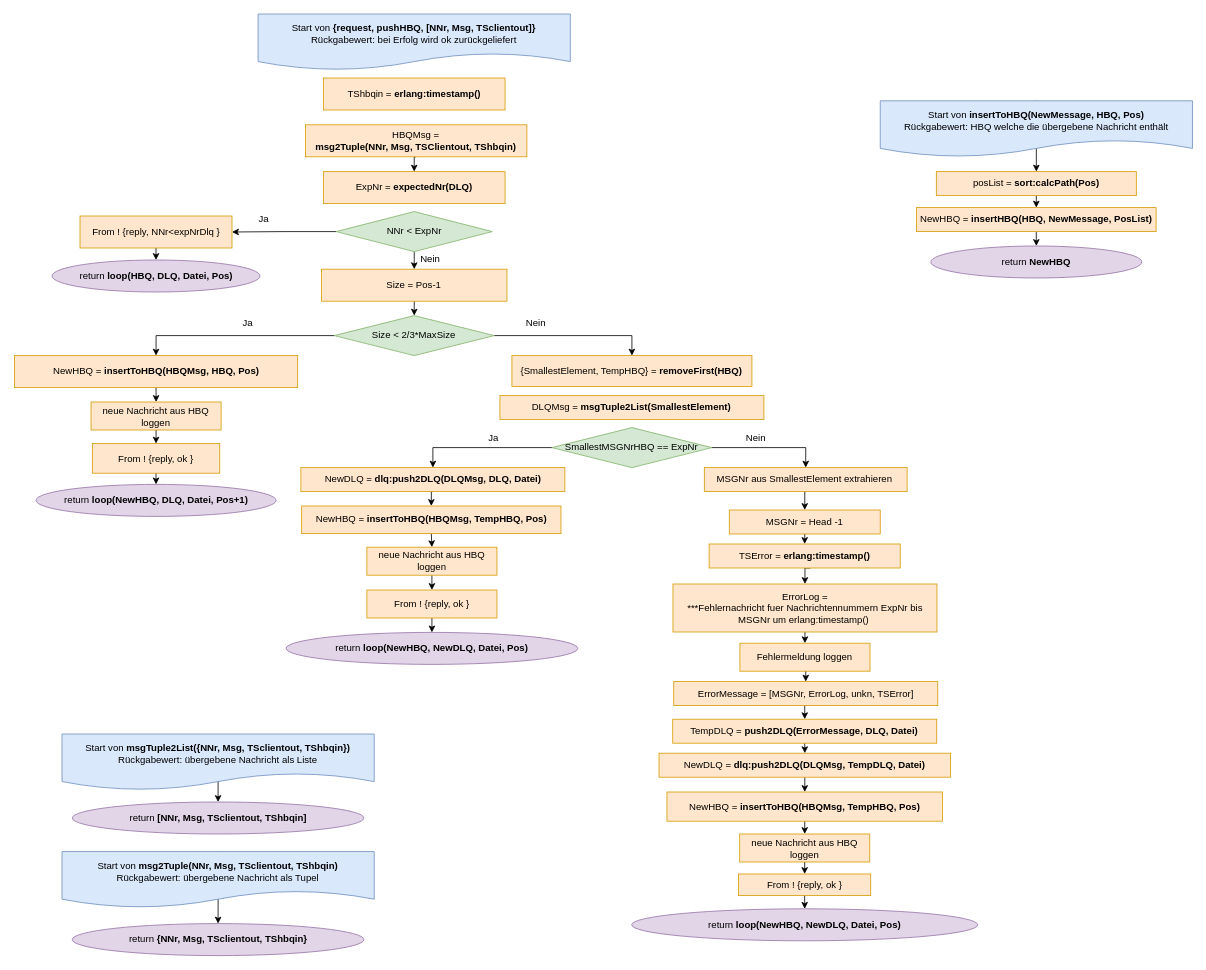
Earlier version of the draw.io diagram Grafiken:Bilder/draw.io/HBQ/2. pushHBQ.drawio (krisschaaf/Hausarbeit_Erlang_Queues). Source tidied: cells renumbered, new cells numbered last; positions are measured from the earlier drawing's top-left corner, leaving out a move shared by most shapes. Both pictures are drawn from the tidied source at 80%, with x=0, y=0 at pixel (14, 14).
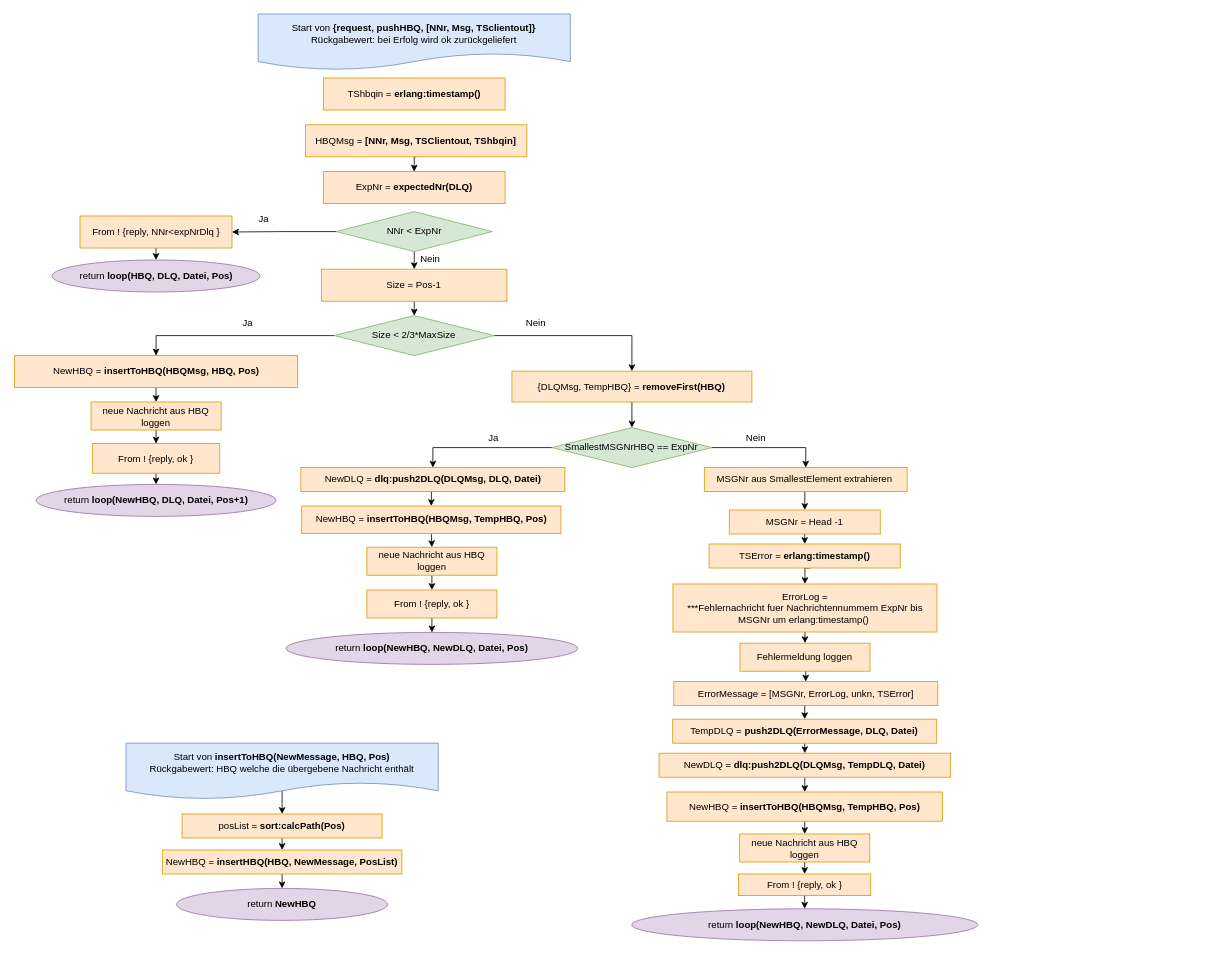
The same page after the edit.

The change refers to these unchanged cells:
```xml
<mxCell id="15" value="&lt;span style=&quot;font-weight: normal&quot;&gt;SmallestMSGNrHBQ == ExpNr&lt;/span&gt;" style="rhombus;whiteSpace=wrap;html=1;rounded=0;fillColor=#d5e8d4;strokeColor=#82b366;fontStyle=1;" parent="1" vertex="1">
  <mxGeometry x="672.4" y="517" width="200" height="50" as="geometry" />
</mxCell>
```

The edit, as a diff of the source:
```diff
@@
     <mxCell id="6" style="edgeStyle=orthogonalEdgeStyle;rounded=0;jettySize=auto;html=1;exitX=0.5;exitY=0;exitDx=0;exitDy=0;entryX=0.5;entryY=0;entryDx=0;entryDy=0;" parent="1" edge="1" source="7" target="37">
       <mxGeometry relative="1" as="geometry">
         <Array as="points">
-          <mxPoint x="1277.8" y="126" />
-          <mxPoint x="1277.8" y="126" />
+          <mxPoint x="335" y="929" />
+          <mxPoint x="335" y="929" />
         </Array>
       </mxGeometry>
     </mxCell>
     <mxCell id="7" value="Start von &lt;b&gt;insertToHBQ(NewMessage, HBQ, Pos)&lt;/b&gt;&lt;br&gt;Rückgabewert: HBQ welche die übergebene Nachricht enthält" style="shape=document;whiteSpace=wrap;html=1;boundedLbl=1;fillColor=#dae8fc;strokeColor=#6c8ebf;" parent="1" vertex="1">
-      <mxGeometry x="1082.8" y="108.5" width="390.3" height="70" as="geometry" />
+      <mxGeometry x="140" y="911.5" width="390.3" height="70" as="geometry" />
     </mxCell>
@@
+    <mxCell id="81" style="edgeStyle=orthogonalEdgeStyle;rounded=0;jettySize=auto;html=1;exitX=0.5;exitY=1;exitDx=0;exitDy=0;entryX=0.5;entryY=0;entryDx=0;entryDy=0;" parent="1" edge="1" source="19" target="15">
+      <mxGeometry relative="1" as="geometry" />
+    </mxCell>
-    <mxCell id="19" value="{SmallestElement, TempHBQ} = &lt;b&gt;removeFirst(HBQ)&lt;/b&gt;" style="rounded=0;whiteSpace=wrap;html=1;fillColor=#ffe6cc;strokeColor=#d79b00;" parent="1" vertex="1">
-      <mxGeometry x="622.4" y="427" width="300" height="38.5" as="geometry" />
+    <mxCell id="19" value="{DLQMsg, TempHBQ} = &lt;b&gt;removeFirst(HBQ)&lt;/b&gt;" style="rounded=0;whiteSpace=wrap;html=1;fillColor=#ffe6cc;strokeColor=#d79b00;" parent="1" vertex="1">
+      <mxGeometry x="622.4" y="446.5" width="300" height="38.5" as="geometry" />
     </mxCell>
@@
     <mxCell id="37" value="posList = &lt;b&gt;sort:calcPath(Pos)&lt;/b&gt;" style="rounded=0;whiteSpace=wrap;html=1;fillColor=#ffe6cc;strokeColor=#d79b00;" parent="1" vertex="1">
-      <mxGeometry x="1152.9" y="197" width="250" height="30" as="geometry" />
+      <mxGeometry x="210.1" y="1000" width="250" height="30" as="geometry" />
     </mxCell>
@@
     <mxCell id="39" value="NewHBQ = &lt;b&gt;insertHBQ(HBQ, NewMessage, PosList)&lt;/b&gt;" style="rounded=0;whiteSpace=wrap;html=1;fillColor=#ffe6cc;strokeColor=#d79b00;" parent="1" vertex="1">
-      <mxGeometry x="1128.1" y="242" width="299.5" height="30" as="geometry" />
+      <mxGeometry x="185.4" y="1045" width="299.5" height="30" as="geometry" />
     </mxCell>
@@
     <mxCell id="46" value="return &lt;b&gt;NewHBQ&lt;/b&gt;" style="ellipse;whiteSpace=wrap;html=1;rounded=0;fillColor=#e1d5e7;strokeColor=#9673a6;" parent="1" vertex="1">
-      <mxGeometry x="1146" y="290" width="263.8" height="40" as="geometry" />
+      <mxGeometry x="203.2" y="1093" width="263.8" height="40" as="geometry" />
     </mxCell>
@@
-    <mxCell id="71" style="edgeStyle=orthogonalEdgeStyle;rounded=0;jettySize=auto;html=1;exitX=0.5;exitY=0;exitDx=0;exitDy=0;entryX=0.5;entryY=0;entryDx=0;entryDy=0;" parent="1" edge="1" source="72" target="73">
-      <mxGeometry relative="1" as="geometry">
-        <Array as="points">
-          <mxPoint x="255.5" y="1067" />
-          <mxPoint x="255.5" y="1067" />
-        </Array>
-      </mxGeometry>
-    </mxCell>
-    <mxCell id="72" value="Start von &lt;b&gt;msg2Tuple(NNr, Msg, TSclientout, TShbqin)&lt;/b&gt;&lt;br&gt;Rückgabewert: übergebene Nachricht als Tupel" style="shape=document;whiteSpace=wrap;html=1;boundedLbl=1;fillColor=#dae8fc;strokeColor=#6c8ebf;" parent="1" vertex="1">
-      <mxGeometry x="60" y="1047" width="390.3" height="70" as="geometry" />
-    </mxCell>
-    <mxCell id="73" value="return &lt;b&gt;{NNr, Msg, TSclientout, TShbqin}&lt;/b&gt;" style="ellipse;whiteSpace=wrap;html=1;rounded=0;fillColor=#e1d5e7;strokeColor=#9673a6;" parent="1" vertex="1">
-      <mxGeometry x="72.8" y="1137" width="364.6" height="40" as="geometry" />
-    </mxCell>
@@
-    <mxCell id="75" value="HBQMsg = &lt;br&gt;&lt;b&gt;msg2Tuple(NNr, Msg, TSClientout, TShbqin)&lt;/b&gt;" style="rounded=0;whiteSpace=wrap;html=1;fillColor=#ffe6cc;strokeColor=#d79b00;" parent="1" vertex="1">
+    <mxCell id="75" value="HBQMsg = &lt;b&gt;[NNr, Msg, TSClientout, TShbqin]&lt;/b&gt;" style="rounded=0;whiteSpace=wrap;html=1;fillColor=#ffe6cc;strokeColor=#d79b00;" parent="1" vertex="1">
       <mxGeometry x="364.3" y="138.5" width="276.8" height="40" as="geometry" />
     </mxCell>
@@
-    <mxCell id="77" value="DLQMsg = &lt;b&gt;msgTuple2List(SmallestElement)&lt;/b&gt;" style="rounded=0;whiteSpace=wrap;html=1;fillColor=#ffe6cc;strokeColor=#d79b00;" parent="1" vertex="1">
-      <mxGeometry x="607.4" y="477" width="330" height="30" as="geometry" />
-    </mxCell>
-    <mxCell id="78" style="edgeStyle=orthogonalEdgeStyle;rounded=0;jettySize=auto;html=1;exitX=0.5;exitY=0;exitDx=0;exitDy=0;entryX=0.5;entryY=0;entryDx=0;entryDy=0;" parent="1" edge="1" source="79" target="80">
-      <mxGeometry relative="1" as="geometry">
-        <Array as="points">
-          <mxPoint x="255" y="920" />
-          <mxPoint x="255" y="920" />
-        </Array>
-      </mxGeometry>
-    </mxCell>
-    <mxCell id="79" value="Start von &lt;b&gt;msgTuple2List({NNr, Msg, TSclientout, TShbqin})&lt;/b&gt;&lt;br&gt;Rückgabewert: übergebene Nachricht als Liste" style="shape=document;whiteSpace=wrap;html=1;boundedLbl=1;fillColor=#dae8fc;strokeColor=#6c8ebf;" parent="1" vertex="1">
-      <mxGeometry x="60" y="900" width="390.3" height="70" as="geometry" />
-    </mxCell>
-    <mxCell id="80" value="return &lt;b&gt;[NNr, Msg, TSclientout, TShbqin]&lt;/b&gt;" style="ellipse;whiteSpace=wrap;html=1;rounded=0;fillColor=#e1d5e7;strokeColor=#9673a6;" parent="1" vertex="1">
-      <mxGeometry x="72.8" y="985" width="364.6" height="40" as="geometry" />
-    </mxCell>
```
